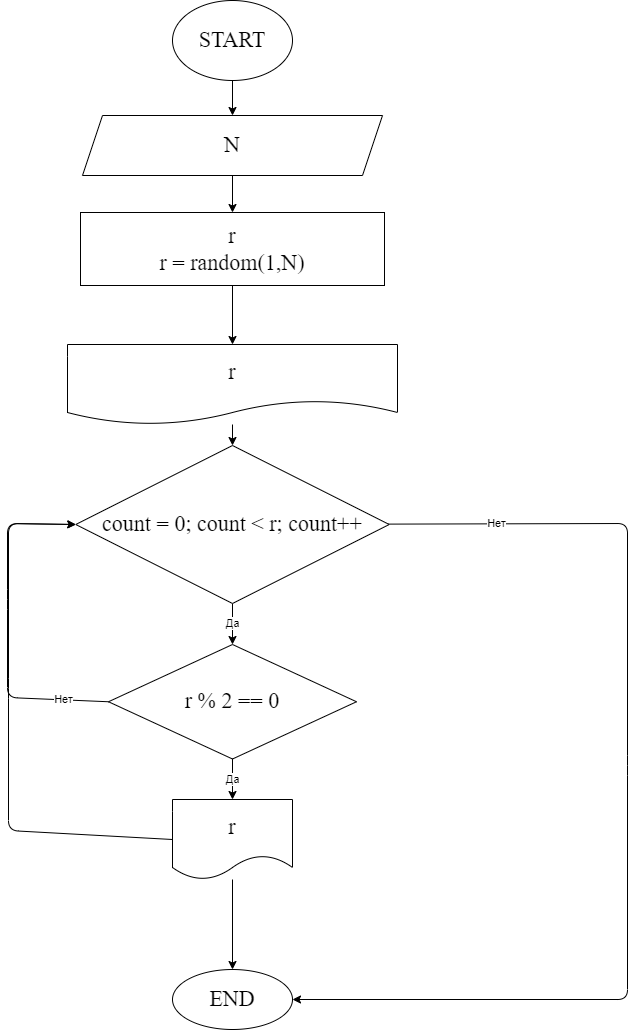
iksergey/practice_temp keeps this draw.io diagram as ex000.drawio.png. Above is the earlier version. Source tidied: cells renumbered, new cells last; positions are measured from the earlier drawing's top-left corner, leaving out a move shared by most shapes.
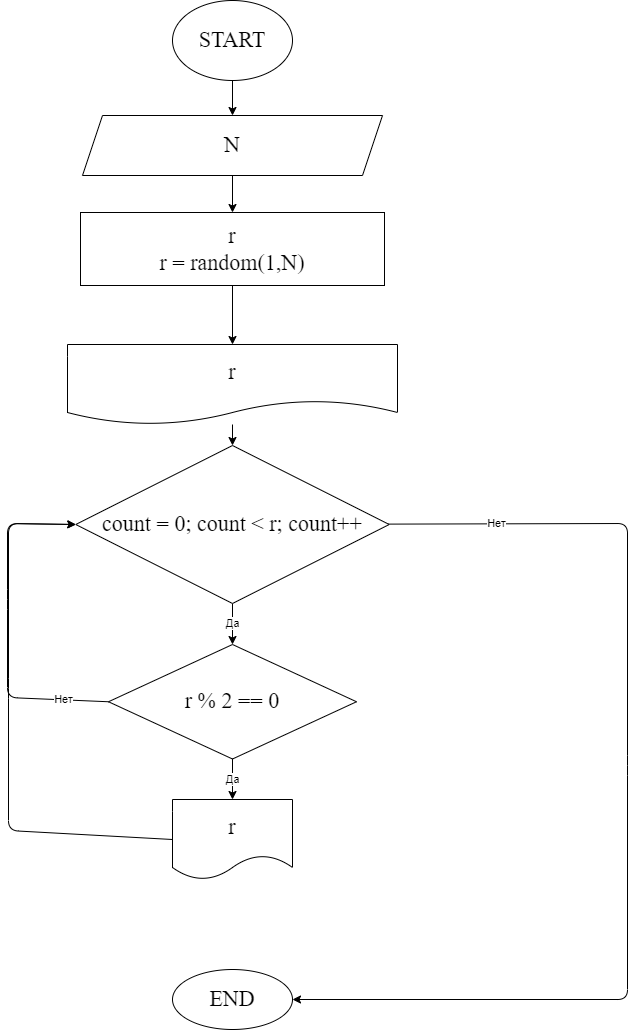
The same file after the commit.

Commit message:
Complete task 3

The edit, as a diff of the source:
```diff
@@ -65,9 +65,6 @@
     <mxCell id="16" value="r % 2 == 0" style="rhombus;whiteSpace=wrap;html=1;fontSize=22;fontFamily=Fira Code;" parent="1" vertex="1">
       <mxGeometry x="101" y="644" width="248" height="114.5" as="geometry" />
     </mxCell>
-    <mxCell id="17" style="edgeStyle=none;html=1;" parent="1" edge="1" source="18" target="19">
-      <mxGeometry relative="1" as="geometry" />
-    </mxCell>
     <mxCell id="18" value="r" style="shape=document;whiteSpace=wrap;html=1;boundedLbl=1;fontSize=22;fontFamily=Fira Code;" parent="1" vertex="1">
       <mxGeometry x="165" y="799" width="120" height="80" as="geometry" />
     </mxCell>
```
